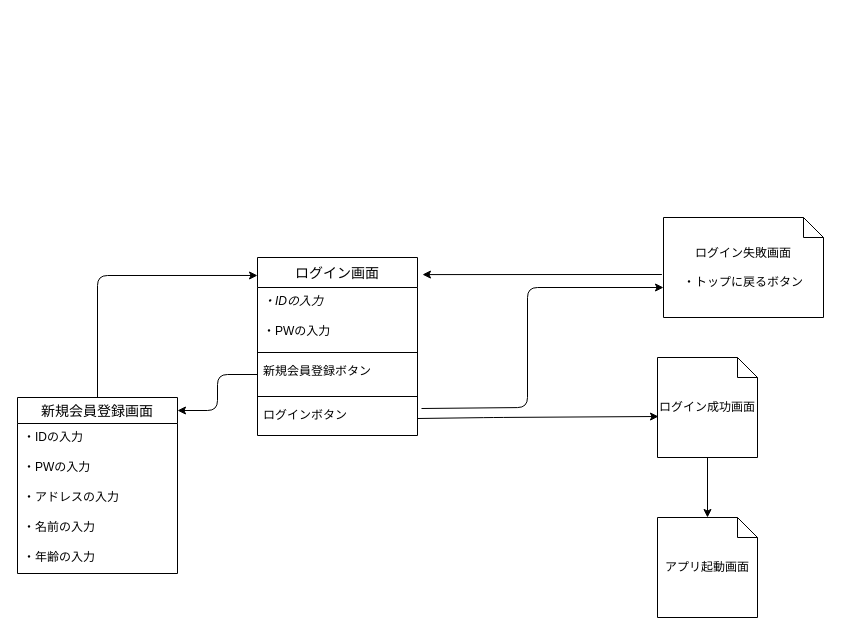
Earlier version of the draw.io diagram .drawio (fujina7/ITWorkshop). Source tidied: cells renumbered, new cells numbered last; positions are measured from the earlier drawing's top-left corner, leaving out a move shared by most shapes. Both pictures are drawn from the tidied source at 100%, with x=0, y=0 at pixel (17, 217).
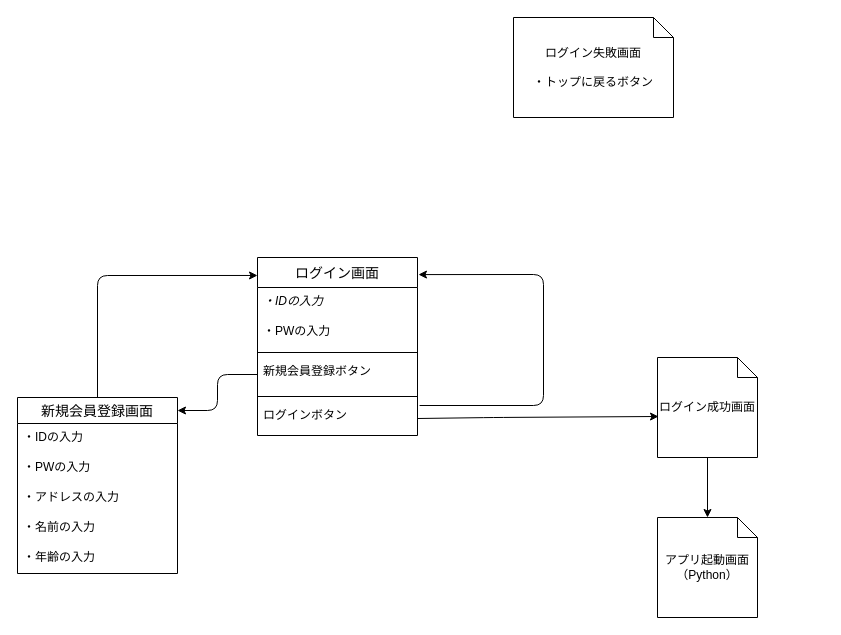
After the change.

Commit message (it also covers changes not shown here):
12/09までの進捗状況

Unchanged cells that the change refers to:
```xml
<mxCell id="8" value="ログイン画面" style="swimlane;fontStyle=0;horizontal=1;startSize=30;align=center;fontSize=14;" parent="1" vertex="1">
  <mxGeometry x="240" y="40" width="160" height="178" as="geometry" />
</mxCell>
<mxCell id="14" value="ログインボタン" style="text;strokeColor=none;fillColor=none;spacingLeft=4;spacingRight=4;overflow=hidden;points=[[0,0.5],[1,0.5]];portConstraint=eastwest;fontSize=12;" parent="8" vertex="1">
  <mxGeometry y="144" width="160" height="34" as="geometry" />
</mxCell>
```

Diff of the diagram source:
```diff
@@
-    <mxCell id="2" value="アプリ起動画面" style="shape=note;size=20;whiteSpace=wrap;html=1;" parent="1" vertex="1">
+    <mxCell id="2" value="アプリ起動画面&lt;br&gt;（Python）" style="shape=note;size=20;whiteSpace=wrap;html=1;" parent="1" vertex="1">
       <mxGeometry x="640" y="300" width="100" height="100" as="geometry" />
     </mxCell>
@@
+    <mxCell id="21" style="endArrow=classic;html=1;entryX=1.006;entryY=0.096;entryDx=0;entryDy=0;entryPerimeter=0;exitX=1.013;exitY=0.118;exitDx=0;exitDy=0;exitPerimeter=0;" parent="8" edge="1" source="14" target="8">
+      <mxGeometry relative="1" as="geometry">
+        <Array as="points">
+          <mxPoint x="286" y="148" />
+          <mxPoint x="286" y="17" />
+        </Array>
+      </mxGeometry>
+    </mxCell>
@@
-    <mxCell id="21" style="edgeStyle=none;html=1;entryX=1.031;entryY=0.096;entryDx=0;entryDy=0;entryPerimeter=0;exitX=-0.01;exitY=0.57;exitDx=0;exitDy=0;exitPerimeter=0;" parent="1" edge="1" source="22" target="8">
-      <mxGeometry relative="1" as="geometry" />
-    </mxCell>
     <mxCell id="22" value="ログイン失敗画面&lt;br&gt;&lt;br&gt;・トップに戻るボタン" style="shape=note;size=20;whiteSpace=wrap;html=1;" parent="1" vertex="1">
-      <mxGeometry x="646" width="160" height="100" as="geometry" />
+      <mxGeometry x="496" y="-200" width="160" height="100" as="geometry" />
     </mxCell>
-    <mxCell id="23" style="edgeStyle=none;html=1;entryX=0;entryY=0.7;entryDx=0;entryDy=0;entryPerimeter=0;exitX=1.025;exitY=0.206;exitDx=0;exitDy=0;exitPerimeter=0;" parent="1" edge="1" source="14" target="22">
-      <mxGeometry relative="1" as="geometry">
-        <Array as="points">
-          <mxPoint x="510" y="190" />
-          <mxPoint x="510" y="70" />
-        </Array>
-      </mxGeometry>
-    </mxCell>
```
